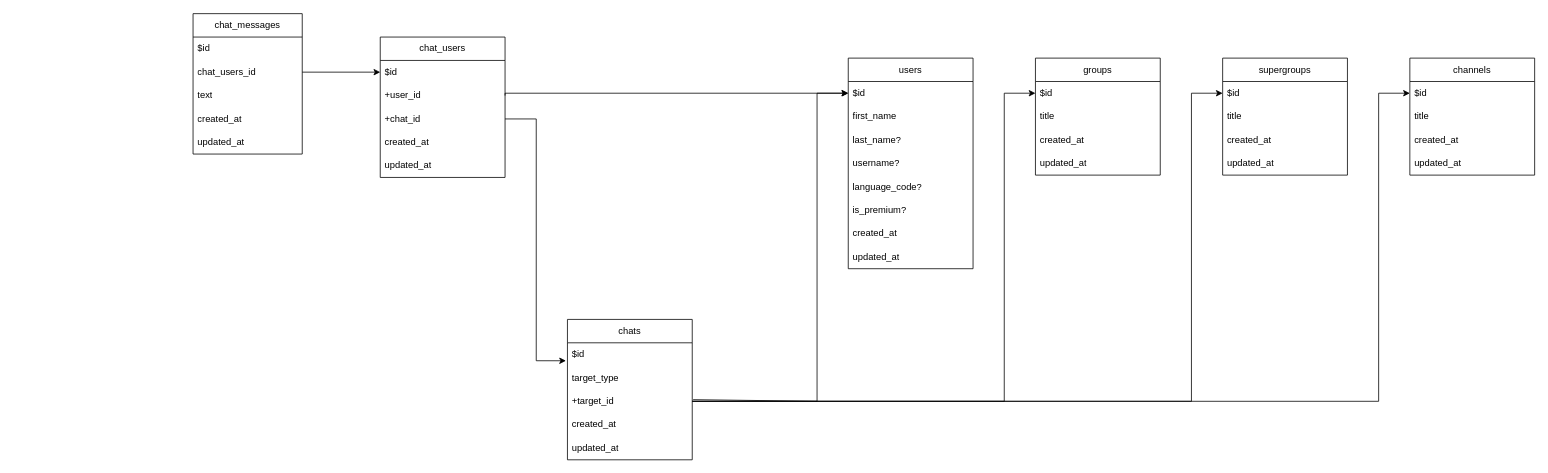
The draw.io diagram docs/scheme/database_diagram.drawio in 1ovve1/kimi, before the edit. Source tidied: cells renumbered, new cells numbered last; positions are measured from the earlier drawing's top-left corner, leaving out a move shared by most shapes. Both pictures are drawn from the tidied source at 78%, with x=0, y=0 at pixel (193, 13).
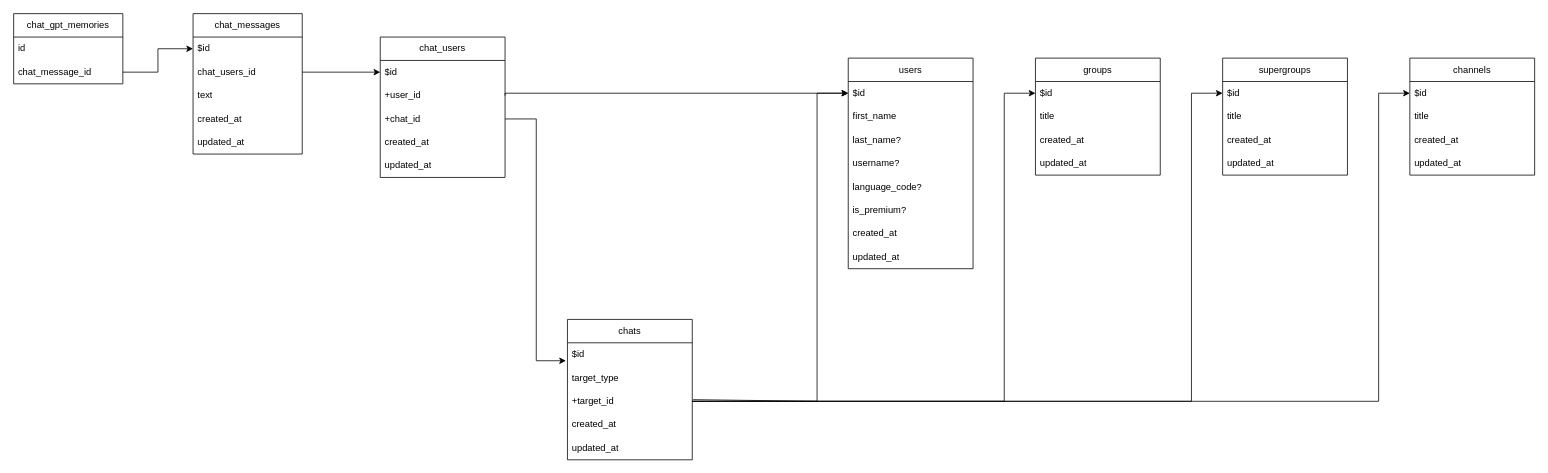
The same diagram, later.

Unchanged cells that the change refers to:
```xml
<mxCell id="37" value="$id" style="text;strokeColor=none;fillColor=none;align=left;verticalAlign=middle;spacingLeft=4;spacingRight=4;overflow=hidden;points=[[0,0.5],[1,0.5]];portConstraint=eastwest;whiteSpace=wrap;html=1;" parent="36" vertex="1">
  <mxGeometry y="30" width="140" height="30" as="geometry" />
</mxCell>
```

Change to the diagram source:
```diff
@@
+    <mxCell id="51" value="chat_gpt_memories" style="swimlane;fontStyle=0;horizontal=1;startSize=30;whiteSpace=wrap;html=1;" parent="1" vertex="1">
+      <mxGeometry x="-230" width="140" height="90" as="geometry" />
+    </mxCell>
+    <mxCell id="52" value="id" style="text;strokeColor=none;fillColor=none;align=left;verticalAlign=middle;spacingLeft=4;spacingRight=4;overflow=hidden;whiteSpace=wrap;html=1;" parent="51" vertex="1">
+      <mxGeometry y="30" width="140" height="30" as="geometry" />
+    </mxCell>
+    <mxCell id="53" value="chat_message_id" style="text;strokeColor=none;fillColor=none;align=left;verticalAlign=middle;spacingLeft=4;spacingRight=4;overflow=hidden;points=[[0,0.5],[1,0.5]];portConstraint=eastwest;whiteSpace=wrap;html=1;" parent="51" vertex="1">
+      <mxGeometry y="60" width="140" height="30" as="geometry" />
+    </mxCell>
+    <mxCell id="54" style="edgeStyle=orthogonalEdgeStyle;rounded=0;jettySize=auto;html=1;entryX=0;entryY=0.5;entryDx=0;entryDy=0;" parent="1" edge="1" source="53" target="37">
+      <mxGeometry relative="1" as="geometry" />
+    </mxCell>
```
